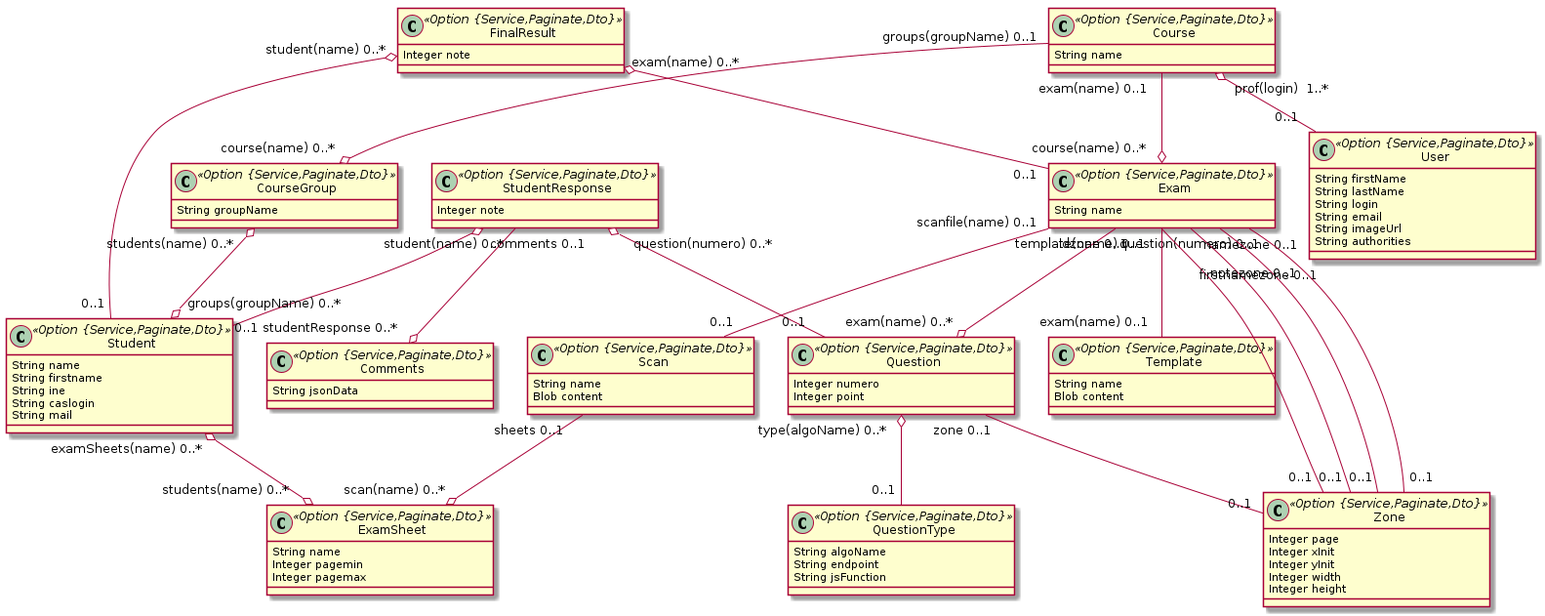
The PlantUML diagram model.png in correctexam/corrigeExamBack, before a commit.
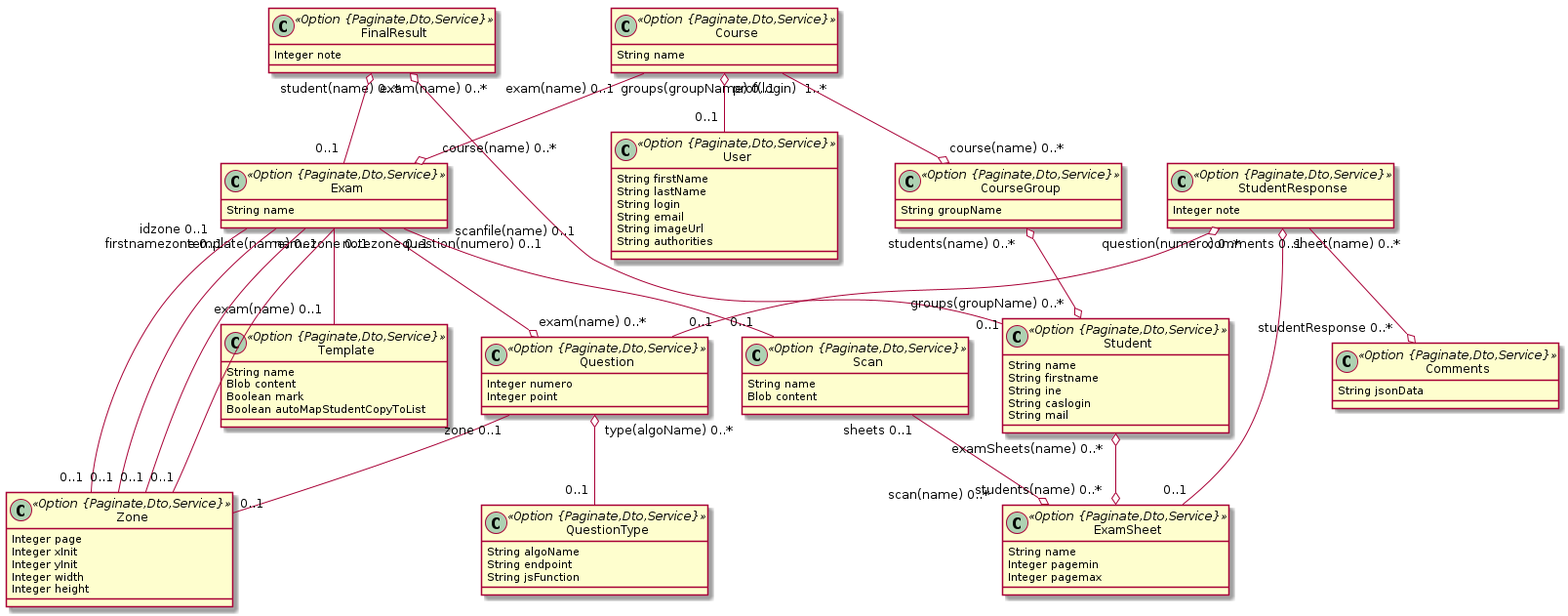
The same file after the commit.

Commit message:
commit before model update

What changed in the source:
```diff
@@ -1,53 +1,55 @@
 @startuml
 	!pragma syntax class
-	class Course <<Option {Service,Paginate,Dto}>> {
+	class Course <<Option {Paginate,Dto,Service}>> {
 		String name
 	}
-	class CourseGroup <<Option {Service,Paginate,Dto}>> {
+	class CourseGroup <<Option {Paginate,Dto,Service}>> {
 		String groupName
 	}
-	class Student <<Option {Service,Paginate,Dto}>> {
+	class Student <<Option {Paginate,Dto,Service}>> {
 		String name
 		String firstname
 		String ine
 		String caslogin
 		String mail
 	}
-	class Exam <<Option {Service,Paginate,Dto}>> {
+	class Exam <<Option {Paginate,Dto,Service}>> {
 		String name
 	}
-	class Template <<Option {Service,Paginate,Dto}>> {
+	class Template <<Option {Paginate,Dto,Service}>> {
 		String name
 		Blob content
+		Boolean mark
+		Boolean autoMapStudentCopyToList
 	}
-	class Question <<Option {Service,Paginate,Dto}>> {
+	class Question <<Option {Paginate,Dto,Service}>> {
 		Integer numero
 		Integer point
 	}
-	class QuestionType <<Option {Service,Paginate,Dto}>> {
+	class QuestionType <<Option {Paginate,Dto,Service}>> {
 		String algoName
 		String endpoint
 		String jsFunction
 	}
-	class ExamSheet <<Option {Service,Paginate,Dto}>> {
+	class ExamSheet <<Option {Paginate,Dto,Service}>> {
 		String name
 		Integer pagemin
 		Integer pagemax
 	}
-	class Scan <<Option {Service,Paginate,Dto}>> {
+	class Scan <<Option {Paginate,Dto,Service}>> {
 		String name
 		Blob content
 	}
-	class FinalResult <<Option {Service,Paginate,Dto}>> {
+	class FinalResult <<Option {Paginate,Dto,Service}>> {
 		Integer note
 	}
-	class StudentResponse <<Option {Service,Paginate,Dto}>> {
+	class StudentResponse <<Option {Paginate,Dto,Service}>> {
 		Integer note
 	}
-	class Comments <<Option {Service,Paginate,Dto}>> {
+	class Comments <<Option {Paginate,Dto,Service}>> {
 		String jsonData
 	}
-	class Zone <<Option {Service,Paginate,Dto}>> {
+	class Zone <<Option {Paginate,Dto,Service}>> {
 		Integer page
 		Integer xInit
 		Integer yInit
@@ -58,7 +60,7 @@
 	FinalResult  "student(name) 0..* " o-- "0..1 "  Student
 	FinalResult  "exam(name) 0..* " o-- "0..1 "  Exam
 	StudentResponse  "question(numero) 0..* " o-- "0..1 "  Question
-	StudentResponse  "student(name) 0..* " o-- "0..1 "  Student
+	StudentResponse  "sheet(name) 0..* " o-- "0..1 "  ExamSheet
 	Question  "type(algoName) 0..* " o-- "0..1 "  QuestionType
 	Course  "exam(name) 0..1 " --o "course(name) 0..* "  Exam
 	Course  "groups(groupName) 0..1 " --o "course(name) 0..* "  CourseGroup
@@ -74,7 +76,7 @@
 	Exam  "firstnamezone 0..1 " -- "0..1 "  Zone
 	Exam  "notezone 0..1 " -- "0..1 "  Zone
 	Exam  "scanfile(name) 0..1 " -- "0..1 "  Scan
-	class User <<Option {Service,Paginate,Dto}>> {
+	class User <<Option {Paginate,Dto,Service}>> {
 		String firstName
 		String lastName
 		String login
```
